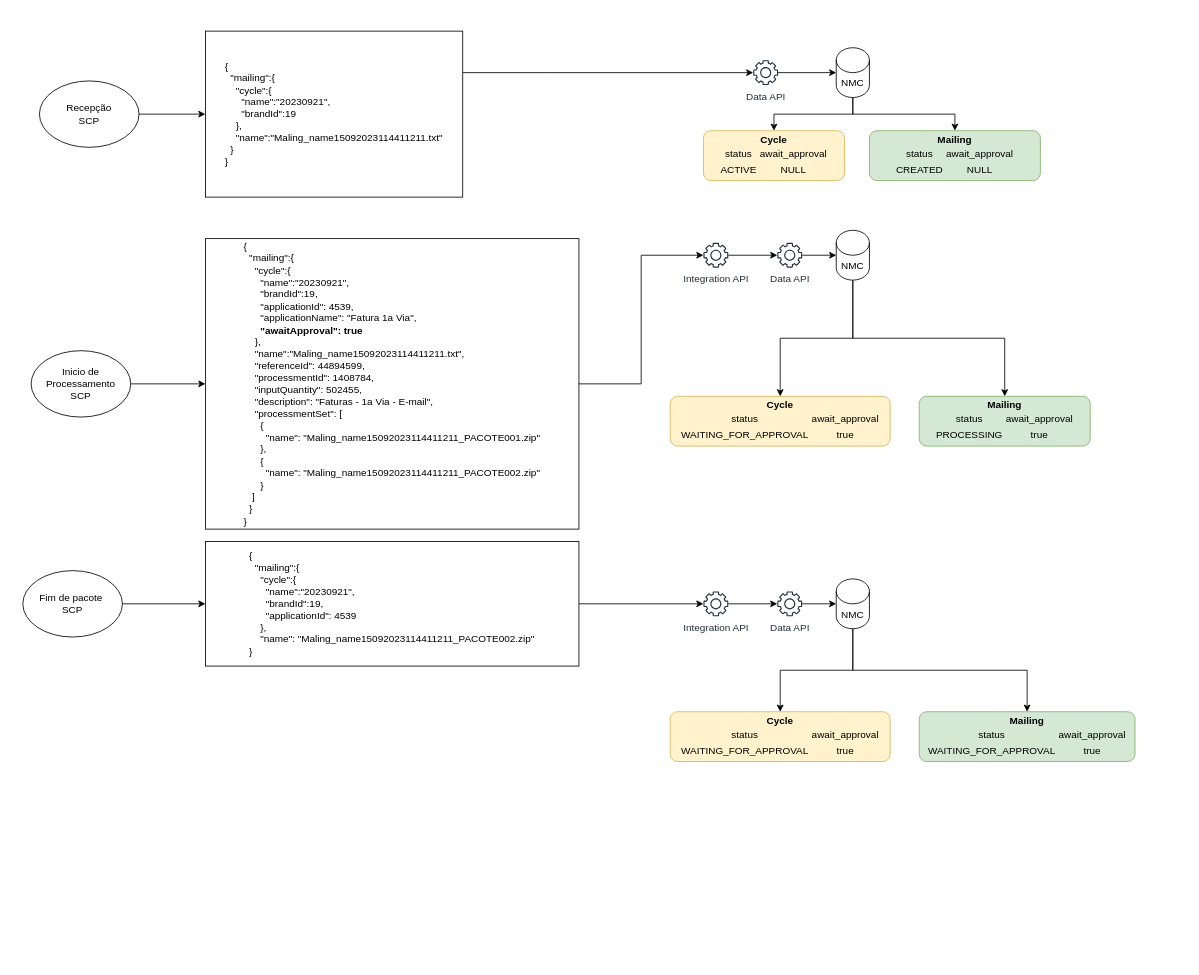
caio-bueno/draws-valid keeps this draw.io diagram as page "Cenário Ciclo Aguardando Aprovação" (2 of 3) of Diagramas Aprovação de Ciclo.drawio. Above is the earlier version. Source tidied: cells renumbered, new cells numbered last; positions are measured from the earlier drawing's top-left corner, leaving out a move shared by most shapes. Both pictures are drawn from the tidied source at 83%, with x=0, y=0 at pixel (22, 31).
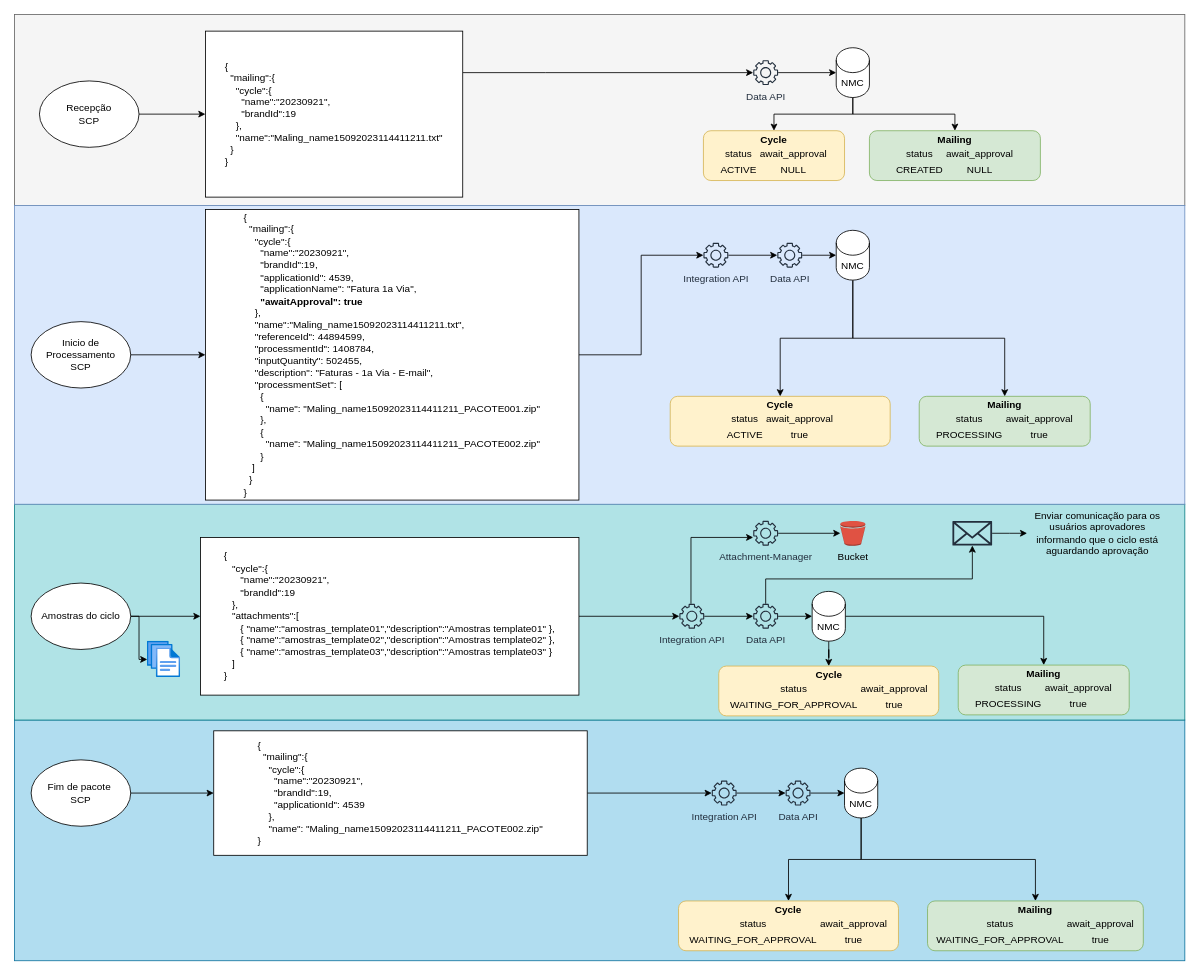
The same page after the edit.

Change to the diagram source:
```diff
@@
+    <mxCell id="39" style="rounded=0;whiteSpace=wrap;html=1;fillColor=#b1ddf0;strokeColor=#10739e;" parent="1" vertex="1">
+      <mxGeometry x="-10" y="830" width="1410" height="290" as="geometry" />
+    </mxCell>
+    <mxCell id="40" style="rounded=0;whiteSpace=wrap;html=1;fillColor=#b0e3e6;strokeColor=#0e8088;" parent="1" vertex="1">
+      <mxGeometry x="-10" y="570" width="1410" height="260" as="geometry" />
+    </mxCell>
+    <mxCell id="41" style="rounded=0;whiteSpace=wrap;html=1;fillColor=#f5f5f5;strokeColor=#666666;fontColor=#333333;" parent="1" vertex="1">
+      <mxGeometry x="-10" y="-20" width="1410" height="230" as="geometry" />
+    </mxCell>
+    <mxCell id="42" style="rounded=0;whiteSpace=wrap;html=1;fillColor=#dae8fc;strokeColor=#6c8ebf;" parent="1" vertex="1">
+      <mxGeometry x="-10" y="210" width="1410" height="360" as="geometry" />
+    </mxCell>
@@
     <mxCell id="7" value="Inicio de Processamento&lt;br&gt;SCP" style="ellipse;whiteSpace=wrap;html=1;" parent="1" vertex="1">
-      <mxGeometry x="10" y="385" width="120" height="80" as="geometry" />
+      <mxGeometry x="10" y="350" width="120" height="80" as="geometry" />
     </mxCell>
@@
-    <mxCell id="10" value="&lt;b&gt;Cycle&lt;/b&gt;&lt;table&gt;&lt;tbody&gt;&lt;tr&gt;&lt;td&gt;status&lt;br&gt;&lt;/td&gt;&lt;td&gt;await_approval&lt;/td&gt;&lt;/tr&gt;&lt;tr&gt;&lt;td&gt;WAITING_FOR_APPROVAL&lt;/td&gt;&lt;td&gt;true&lt;/td&gt;&lt;/tr&gt;&lt;/tbody&gt;&lt;/table&gt;" style="rounded=1;whiteSpace=wrap;html=1;align=center;fillColor=#fff2cc;strokeColor=#d6b656;" parent="1" vertex="1">
+    <mxCell id="10" value="&lt;b&gt;Cycle&lt;/b&gt;&lt;table&gt;&lt;tbody&gt;&lt;tr&gt;&lt;td&gt;status&lt;br&gt;&lt;/td&gt;&lt;td&gt;await_approval&lt;/td&gt;&lt;/tr&gt;&lt;tr&gt;&lt;td&gt;ACTIVE&lt;/td&gt;&lt;td&gt;true&lt;/td&gt;&lt;/tr&gt;&lt;/tbody&gt;&lt;/table&gt;" style="rounded=1;whiteSpace=wrap;html=1;align=center;fillColor=#fff2cc;strokeColor=#d6b656;" parent="1" vertex="1">
       <mxGeometry x="780" y="440" width="265" height="60" as="geometry" />
     </mxCell>
@@
     <mxCell id="17" value="&lt;div style=&quot;border-color: var(--border-color); text-align: left;&quot;&gt;{&lt;/div&gt;&lt;div style=&quot;border-color: var(--border-color); text-align: left;&quot;&gt;&amp;nbsp; &quot;mailing&quot;:{&lt;/div&gt;&lt;div style=&quot;border-color: var(--border-color); text-align: left;&quot;&gt;&amp;nbsp; &amp;nbsp; &quot;cycle&quot;:{&lt;/div&gt;&lt;div style=&quot;border-color: var(--border-color); text-align: left;&quot;&gt;&amp;nbsp; &amp;nbsp; &amp;nbsp; &quot;name&quot;:&quot;20230921&quot;,&lt;/div&gt;&lt;div style=&quot;border-color: var(--border-color); text-align: left;&quot;&gt;&amp;nbsp; &amp;nbsp; &amp;nbsp; &quot;brandId&quot;:19,&lt;/div&gt;&lt;div style=&quot;border-color: var(--border-color); text-align: left;&quot;&gt;&lt;div style=&quot;border-color: var(--border-color);&quot;&gt;&amp;nbsp; &amp;nbsp; &amp;nbsp; &quot;applicationId&quot;: 4539,&lt;/div&gt;&lt;div style=&quot;border-color: var(--border-color);&quot;&gt;&amp;nbsp; &amp;nbsp; &amp;nbsp; &quot;applicationName&quot;: &quot;Fatura 1a Via&quot;,&lt;/div&gt;&lt;div style=&quot;border-color: var(--border-color);&quot;&gt;&amp;nbsp; &amp;nbsp; &amp;nbsp;&amp;nbsp;&lt;b style=&quot;border-color: var(--border-color);&quot;&gt;&quot;awaitApproval&quot;: true&lt;/b&gt;&lt;br&gt;&lt;/div&gt;&lt;/div&gt;&lt;div style=&quot;border-color: var(--border-color); text-align: left;&quot;&gt;&amp;nbsp; &amp;nbsp; },&lt;/div&gt;&lt;div style=&quot;border-color: var(--border-color); text-align: left;&quot;&gt;&amp;nbsp; &amp;nbsp; &quot;name&quot;:&quot;Maling_name15092023114411211.txt&quot;,&lt;/div&gt;&lt;div style=&quot;border-color: var(--border-color); text-align: left;&quot;&gt;&lt;div style=&quot;border-color: var(--border-color);&quot;&gt;&amp;nbsp; &amp;nbsp; &quot;referenceId&quot;: 44894599,&lt;/div&gt;&lt;div style=&quot;border-color: var(--border-color);&quot;&gt;&amp;nbsp; &amp;nbsp; &quot;processmentId&quot;: 1408784,&lt;/div&gt;&lt;div style=&quot;border-color: var(--border-color);&quot;&gt;&amp;nbsp; &amp;nbsp; &quot;inputQuantity&quot;: 502455,&lt;/div&gt;&lt;div style=&quot;border-color: var(--border-color);&quot;&gt;&amp;nbsp; &amp;nbsp; &quot;description&quot;: &quot;Faturas - 1a Via - E-mail&quot;,&lt;/div&gt;&lt;div style=&quot;border-color: var(--border-color);&quot;&gt;&lt;div style=&quot;border-color: var(--border-color);&quot;&gt;&amp;nbsp; &amp;nbsp; &quot;processmentSet&quot;: [&lt;/div&gt;&lt;div style=&quot;border-color: var(--border-color);&quot;&gt;&amp;nbsp; &amp;nbsp; &amp;nbsp; {&lt;/div&gt;&lt;div style=&quot;border-color: var(--border-color);&quot;&gt;&amp;nbsp; &amp;nbsp; &amp;nbsp; &amp;nbsp; &quot;name&quot;: &quot;Maling_name15092023114411211_PACOTE001.zip&quot;&lt;/div&gt;&lt;div style=&quot;border-color: var(--border-color);&quot;&gt;&amp;nbsp; &amp;nbsp; &amp;nbsp; },&lt;/div&gt;&lt;div style=&quot;border-color: var(--border-color);&quot;&gt;&amp;nbsp; &amp;nbsp; &amp;nbsp; {&lt;/div&gt;&lt;div style=&quot;border-color: var(--border-color);&quot;&gt;&amp;nbsp; &amp;nbsp; &amp;nbsp; &amp;nbsp; &quot;name&quot;: &quot;Maling_name15092023114411211_PACOTE002.zip&quot;&lt;br&gt;&lt;/div&gt;&lt;div style=&quot;border-color: var(--border-color);&quot;&gt;&amp;nbsp; &amp;nbsp; &amp;nbsp; }&lt;/div&gt;&lt;div style=&quot;border-color: var(--border-color);&quot;&gt;&amp;nbsp; &amp;nbsp;]&lt;/div&gt;&lt;/div&gt;&lt;/div&gt;&lt;div style=&quot;border-color: var(--border-color); text-align: left;&quot;&gt;&amp;nbsp; }&lt;/div&gt;&lt;div style=&quot;border-color: var(--border-color); text-align: left;&quot;&gt;}&lt;/div&gt;" style="rounded=0;whiteSpace=wrap;html=1;" parent="1" vertex="1">
-      <mxGeometry x="220" y="250" width="450" height="350" as="geometry" />
+      <mxGeometry x="220" y="215" width="450" height="350" as="geometry" />
     </mxCell>
@@
     <mxCell id="26" value="Fim de pacote&amp;nbsp;&lt;br&gt;SCP" style="ellipse;whiteSpace=wrap;html=1;" parent="1" vertex="1">
-      <mxGeometry y="650" width="120" height="80" as="geometry" />
+      <mxGeometry x="10" y="878" width="120" height="80" as="geometry" />
     </mxCell>
     <mxCell id="27" value="&lt;b&gt;Mailing&lt;/b&gt;&lt;br&gt;&lt;table&gt;&lt;tbody&gt;&lt;tr&gt;&lt;td&gt;status&lt;/td&gt;&lt;td&gt;await_approval&lt;/td&gt;&lt;/tr&gt;&lt;tr&gt;&lt;td&gt;WAITING_FOR_APPROVAL&lt;/td&gt;&lt;td&gt;true&lt;/td&gt;&lt;/tr&gt;&lt;/tbody&gt;&lt;/table&gt;" style="rounded=1;whiteSpace=wrap;html=1;fillColor=#d5e8d4;strokeColor=#82b366;" parent="1" vertex="1">
-      <mxGeometry x="1080" y="820" width="260" height="60" as="geometry" />
+      <mxGeometry x="1090" y="1048" width="260" height="60" as="geometry" />
     </mxCell>
     <mxCell id="28" value="&lt;b&gt;Cycle&lt;/b&gt;&lt;table&gt;&lt;tbody&gt;&lt;tr&gt;&lt;td&gt;status&lt;br&gt;&lt;/td&gt;&lt;td&gt;await_approval&lt;/td&gt;&lt;/tr&gt;&lt;tr&gt;&lt;td&gt;WAITING_FOR_APPROVAL&lt;/td&gt;&lt;td&gt;true&lt;/td&gt;&lt;/tr&gt;&lt;/tbody&gt;&lt;/table&gt;" style="rounded=1;whiteSpace=wrap;html=1;align=center;fillColor=#fff2cc;strokeColor=#d6b656;" parent="1" vertex="1">
-      <mxGeometry x="780" y="820" width="265" height="60" as="geometry" />
+      <mxGeometry x="790" y="1048" width="265" height="60" as="geometry" />
     </mxCell>
@@
-    <mxCell id="30" value="Integration API" style="sketch=0;outlineConnect=0;fontColor=#232F3E;gradientColor=none;fillColor=#232F3D;strokeColor=none;dashed=0;verticalLabelPosition=bottom;verticalAlign=top;align=center;html=1;fontSize=12;fontStyle=0;shape=mxgraph.aws4.gear;" parent="1" vertex="1">
-      <mxGeometry x="820" y="675" width="30" height="30" as="geometry" />
+    <mxCell id="30" value="Integration API" style="sketch=0;outlineConnect=0;fontColor=#232F3E;gradientColor=none;fillColor=#232F3D;strokeColor=none;dashed=0;verticalLabelPosition=bottom;verticalAlign=top;align=center;html=1;fontSize=12;fontStyle=0;shape=mxgraph.aws4.gear;fillStyle=solid;" parent="1" vertex="1">
+      <mxGeometry x="830" y="903" width="30" height="30" as="geometry" />
     </mxCell>
@@
-    <mxCell id="32" value="Data API" style="sketch=0;outlineConnect=0;fontColor=#232F3E;gradientColor=none;fillColor=#232F3D;strokeColor=none;dashed=0;verticalLabelPosition=bottom;verticalAlign=top;align=center;html=1;fontSize=12;fontStyle=0;shape=mxgraph.aws4.gear;" parent="1" vertex="1">
-      <mxGeometry x="909" y="675" width="30" height="30" as="geometry" />
+    <mxCell id="32" value="Data API" style="sketch=0;outlineConnect=0;fontColor=#232F3E;gradientColor=none;fillColor=#232F3D;strokeColor=none;dashed=0;verticalLabelPosition=bottom;verticalAlign=top;align=center;html=1;fontSize=12;fontStyle=0;shape=mxgraph.aws4.gear;fillStyle=solid;" parent="1" vertex="1">
+      <mxGeometry x="919" y="903" width="30" height="30" as="geometry" />
     </mxCell>
@@
     <mxCell id="35" value="&lt;div style=&quot;border-color: var(--border-color); text-align: left;&quot;&gt;{&lt;/div&gt;&lt;div style=&quot;border-color: var(--border-color); text-align: left;&quot;&gt;&amp;nbsp; &quot;mailing&quot;:{&lt;/div&gt;&lt;div style=&quot;border-color: var(--border-color); text-align: left;&quot;&gt;&amp;nbsp; &amp;nbsp; &quot;cycle&quot;:{&lt;/div&gt;&lt;div style=&quot;border-color: var(--border-color); text-align: left;&quot;&gt;&amp;nbsp; &amp;nbsp; &amp;nbsp; &quot;name&quot;:&quot;20230921&quot;,&lt;/div&gt;&lt;div style=&quot;border-color: var(--border-color); text-align: left;&quot;&gt;&amp;nbsp; &amp;nbsp; &amp;nbsp; &quot;brandId&quot;:19,&lt;/div&gt;&lt;div style=&quot;border-color: var(--border-color); text-align: left;&quot;&gt;&lt;div style=&quot;border-color: var(--border-color);&quot;&gt;&amp;nbsp; &amp;nbsp; &amp;nbsp; &quot;applicationId&quot;: 4539&lt;/div&gt;&lt;/div&gt;&lt;div style=&quot;border-color: var(--border-color); text-align: left;&quot;&gt;&amp;nbsp; &amp;nbsp; },&lt;/div&gt;&lt;div style=&quot;border-color: var(--border-color); text-align: left;&quot;&gt;&amp;nbsp; &amp;nbsp; &quot;name&quot;: &quot;Maling_name15092023114411211_PACOTE002.zip&quot;&lt;/div&gt;&lt;div style=&quot;border-color: var(--border-color); text-align: left;&quot;&gt;}&lt;/div&gt;" style="rounded=0;whiteSpace=wrap;html=1;" parent="1" vertex="1">
-      <mxGeometry x="220" y="615" width="450" height="150" as="geometry" />
+      <mxGeometry x="230" y="843" width="450" height="150" as="geometry" />
     </mxCell>
@@
     <mxCell id="38" value="NMC" style="shape=cylinder3;whiteSpace=wrap;html=1;boundedLbl=1;backgroundOutline=1;size=15;" parent="1" vertex="1">
-      <mxGeometry x="980" y="660" width="40" height="60" as="geometry" />
+      <mxGeometry x="990" y="888" width="40" height="60" as="geometry" />
     </mxCell>
+    <mxCell id="43" style="edgeStyle=orthogonalEdgeStyle;rounded=0;jettySize=auto;html=1;" parent="1" edge="1" source="45" target="47">
+      <mxGeometry relative="1" as="geometry" />
+    </mxCell>
+    <mxCell id="44" style="edgeStyle=orthogonalEdgeStyle;rounded=0;jettySize=auto;html=1;" parent="1" edge="1" source="45" target="48">
+      <mxGeometry relative="1" as="geometry">
+        <Array as="points">
+          <mxPoint x="140" y="705" />
+          <mxPoint x="140" y="757" />
+        </Array>
+      </mxGeometry>
+    </mxCell>
+    <mxCell id="45" value="Amostras do ciclo" style="ellipse;whiteSpace=wrap;html=1;" parent="1" vertex="1">
+      <mxGeometry x="10" y="665" width="120" height="80" as="geometry" />
+    </mxCell>
+    <mxCell id="46" style="edgeStyle=orthogonalEdgeStyle;rounded=0;jettySize=auto;html=1;" parent="1" edge="1" source="47" target="51">
+      <mxGeometry relative="1" as="geometry" />
+    </mxCell>
+    <mxCell id="47" value="&lt;div style=&quot;border-color: var(--border-color); text-align: left;&quot;&gt;&lt;div style=&quot;border-color: var(--border-color);&quot;&gt;{&lt;/div&gt;&lt;div style=&quot;border-color: var(--border-color);&quot;&gt;&amp;nbsp; &amp;nbsp;&quot;cycle&quot;:{&lt;/div&gt;&lt;div style=&quot;border-color: var(--border-color);&quot;&gt;&amp;nbsp; &amp;nbsp; &amp;nbsp; &quot;name&quot;:&quot;20230921&quot;,&lt;/div&gt;&lt;div style=&quot;border-color: var(--border-color);&quot;&gt;&amp;nbsp; &amp;nbsp; &amp;nbsp; &quot;brandId&quot;:19&lt;/div&gt;&lt;div style=&quot;border-color: var(--border-color);&quot;&gt;&amp;nbsp; &amp;nbsp;},&lt;/div&gt;&lt;div style=&quot;border-color: var(--border-color);&quot;&gt;&amp;nbsp; &amp;nbsp;&quot;attachments&quot;:[&lt;/div&gt;&lt;div style=&quot;border-color: var(--border-color);&quot;&gt;&amp;nbsp; &amp;nbsp; &amp;nbsp; {&amp;nbsp;&lt;span style=&quot;background-color: initial;&quot;&gt;&quot;name&quot;:&quot;amostras_template01&quot;,&lt;/span&gt;&lt;span style=&quot;background-color: initial;&quot;&gt;&quot;description&quot;:&quot;Amostras template01&quot;&amp;nbsp;&lt;/span&gt;&lt;span style=&quot;background-color: initial;&quot;&gt;},&lt;/span&gt;&lt;/div&gt;&lt;div style=&quot;border-color: var(--border-color);&quot;&gt;&amp;nbsp; &amp;nbsp; &amp;nbsp; {&amp;nbsp;&lt;span style=&quot;background-color: initial;&quot;&gt;&quot;name&quot;:&quot;amostras_template02&quot;,&lt;/span&gt;&lt;span style=&quot;background-color: initial;&quot;&gt;&quot;description&quot;:&quot;Amostras template02&quot;&amp;nbsp;&lt;/span&gt;&lt;span style=&quot;background-color: initial;&quot;&gt;},&lt;/span&gt;&lt;/div&gt;&lt;div style=&quot;border-color: var(--border-color);&quot;&gt;&amp;nbsp; &amp;nbsp; &amp;nbsp; {&amp;nbsp;&lt;span style=&quot;background-color: initial;&quot;&gt;&quot;name&quot;:&quot;amostras_template03&quot;,&lt;/span&gt;&lt;span style=&quot;background-color: initial;&quot;&gt;&quot;description&quot;:&quot;Amostras template03&quot;&amp;nbsp;&lt;/span&gt;&lt;span style=&quot;background-color: initial;&quot;&gt;}&lt;/span&gt;&lt;/div&gt;&lt;div style=&quot;border-color: var(--border-color);&quot;&gt;&amp;nbsp; &amp;nbsp;]&lt;/div&gt;&lt;div style=&quot;border-color: var(--border-color);&quot;&gt;}&lt;/div&gt;&lt;/div&gt;" style="rounded=0;whiteSpace=wrap;html=1;" parent="1" vertex="1">
+      <mxGeometry x="214" y="610" width="456" height="190" as="geometry" />
+    </mxCell>
+    <mxCell id="48" style="image;html=1;points=[];align=center;fontSize=12;image=img/lib/azure2/general/Files.svg;" parent="1" vertex="1">
+      <mxGeometry x="150" y="735" width="40" height="43.8" as="geometry" />
+    </mxCell>
+    <mxCell id="49" style="edgeStyle=orthogonalEdgeStyle;rounded=0;jettySize=auto;html=1;" parent="1" edge="1" source="51" target="54">
+      <mxGeometry relative="1" as="geometry" />
+    </mxCell>
+    <mxCell id="50" style="edgeStyle=orthogonalEdgeStyle;rounded=0;jettySize=auto;html=1;" parent="1" edge="1" source="51" target="60">
+      <mxGeometry relative="1" as="geometry">
+        <Array as="points">
+          <mxPoint x="805" y="610" />
+        </Array>
+      </mxGeometry>
+    </mxCell>
+    <mxCell id="51" value="Integration API" style="sketch=0;outlineConnect=0;fontColor=#232F3E;gradientColor=none;fillColor=#232F3D;strokeColor=none;dashed=0;verticalLabelPosition=bottom;verticalAlign=top;align=center;html=1;fontSize=12;fontStyle=0;shape=mxgraph.aws4.gear;" parent="1" vertex="1">
+      <mxGeometry x="791" y="690" width="30" height="30" as="geometry" />
+    </mxCell>
+    <mxCell id="52" style="edgeStyle=orthogonalEdgeStyle;rounded=0;jettySize=auto;html=1;" parent="1" edge="1" source="54" target="57">
+      <mxGeometry relative="1" as="geometry" />
+    </mxCell>
+    <mxCell id="53" style="edgeStyle=orthogonalEdgeStyle;rounded=0;jettySize=auto;html=1;" parent="1" edge="1" source="54" target="64">
+      <mxGeometry relative="1" as="geometry">
+        <Array as="points">
+          <mxPoint x="895" y="660" />
+          <mxPoint x="1144" y="660" />
+        </Array>
+      </mxGeometry>
+    </mxCell>
+    <mxCell id="54" value="Data API" style="sketch=0;outlineConnect=0;fontColor=#232F3E;gradientColor=none;fillColor=#232F3D;strokeColor=none;dashed=0;verticalLabelPosition=bottom;verticalAlign=top;align=center;html=1;fontSize=12;fontStyle=0;shape=mxgraph.aws4.gear;" parent="1" vertex="1">
+      <mxGeometry x="880" y="690" width="30" height="30" as="geometry" />
+    </mxCell>
+    <mxCell id="55" style="edgeStyle=orthogonalEdgeStyle;rounded=0;jettySize=auto;html=1;" parent="1" edge="1" source="57" target="58">
+      <mxGeometry relative="1" as="geometry" />
+    </mxCell>
+    <mxCell id="56" style="edgeStyle=orthogonalEdgeStyle;rounded=0;jettySize=auto;html=1;" parent="1" edge="1" source="57" target="62">
+      <mxGeometry relative="1" as="geometry" />
+    </mxCell>
+    <mxCell id="57" value="NMC" style="shape=cylinder3;whiteSpace=wrap;html=1;boundedLbl=1;backgroundOutline=1;size=15;" parent="1" vertex="1">
+      <mxGeometry x="951" y="675" width="40" height="60" as="geometry" />
+    </mxCell>
+    <mxCell id="58" value="&lt;b&gt;Cycle&lt;/b&gt;&lt;table&gt;&lt;tbody&gt;&lt;tr&gt;&lt;td&gt;status&lt;br&gt;&lt;/td&gt;&lt;td&gt;await_approval&lt;/td&gt;&lt;/tr&gt;&lt;tr&gt;&lt;td&gt;WAITING_FOR_APPROVAL&lt;/td&gt;&lt;td&gt;true&lt;/td&gt;&lt;/tr&gt;&lt;/tbody&gt;&lt;/table&gt;" style="rounded=1;whiteSpace=wrap;html=1;align=center;fillColor=#fff2cc;strokeColor=#d6b656;" parent="1" vertex="1">
+      <mxGeometry x="838.5" y="765" width="265" height="60" as="geometry" />
+    </mxCell>
+    <mxCell id="59" style="edgeStyle=orthogonalEdgeStyle;rounded=0;jettySize=auto;html=1;" parent="1" edge="1" source="60" target="61">
+      <mxGeometry relative="1" as="geometry" />
+    </mxCell>
+    <mxCell id="60" value="Attachment-Manager" style="sketch=0;outlineConnect=0;fontColor=#232F3E;gradientColor=none;fillColor=#232F3D;strokeColor=none;dashed=0;verticalLabelPosition=bottom;verticalAlign=top;align=center;html=1;fontSize=12;fontStyle=0;shape=mxgraph.aws4.gear;" parent="1" vertex="1">
+      <mxGeometry x="880" y="590" width="30" height="30" as="geometry" />
+    </mxCell>
+    <mxCell id="61" value="Bucket" style="outlineConnect=0;dashed=0;verticalLabelPosition=bottom;verticalAlign=top;align=center;html=1;shape=mxgraph.aws3.bucket;fillColor=#E05243;gradientColor=none;" parent="1" vertex="1">
+      <mxGeometry x="985" y="590" width="30" height="30" as="geometry" />
+    </mxCell>
+    <mxCell id="62" value="&lt;b&gt;Mailing&lt;/b&gt;&lt;br&gt;&lt;table&gt;&lt;tbody&gt;&lt;tr&gt;&lt;td&gt;status&lt;/td&gt;&lt;td&gt;await_approval&lt;/td&gt;&lt;/tr&gt;&lt;tr&gt;&lt;td&gt;PROCESSING&lt;/td&gt;&lt;td&gt;true&lt;/td&gt;&lt;/tr&gt;&lt;/tbody&gt;&lt;/table&gt;" style="rounded=1;whiteSpace=wrap;html=1;fillColor=#d5e8d4;strokeColor=#82b366;" parent="1" vertex="1">
+      <mxGeometry x="1127" y="763.8" width="206" height="60" as="geometry" />
+    </mxCell>
+    <mxCell id="63" style="edgeStyle=orthogonalEdgeStyle;rounded=0;jettySize=auto;html=1;" parent="1" edge="1" source="64" target="65">
+      <mxGeometry relative="1" as="geometry" />
+    </mxCell>
+    <mxCell id="64" style="sketch=0;outlineConnect=0;fontColor=#232F3E;gradientColor=none;fillColor=#232F3D;strokeColor=none;dashed=0;verticalLabelPosition=bottom;verticalAlign=top;align=center;html=1;fontSize=12;fontStyle=0;shape=mxgraph.aws4.email_2;" parent="1" vertex="1">
+      <mxGeometry x="1120" y="590" width="47.8" height="30" as="geometry" />
+    </mxCell>
+    <mxCell id="65" value="Enviar comunicação para os usuários aprovadores informando que o ciclo está aguardando aprovação" style="text;html=1;strokeColor=none;fillColor=none;align=center;verticalAlign=middle;whiteSpace=wrap;rounded=0;" parent="1" vertex="1">
+      <mxGeometry x="1210" y="565" width="170" height="80" as="geometry" />
+    </mxCell>
```
